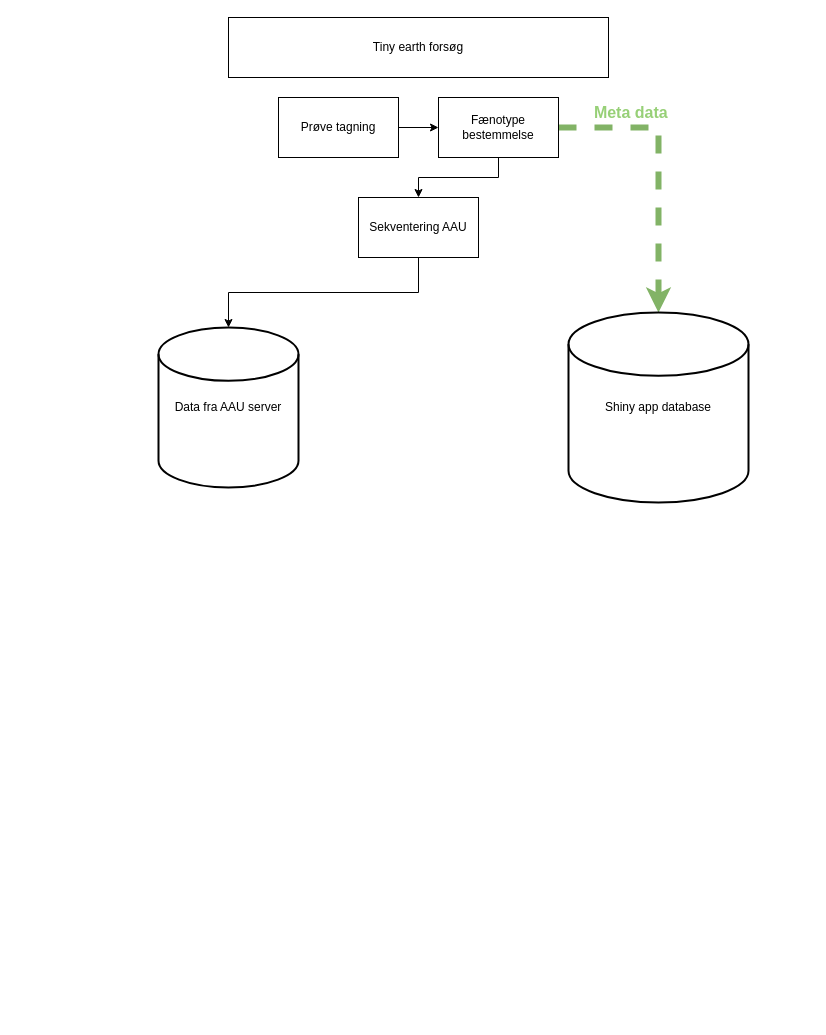
Earlier version of the draw.io diagram Data_flow.drawio (MadsHeiselberg/Tiny_earth_dashbord). Source tidied: cells renumbered, new cells numbered last; positions are measured from the earlier drawing's top-left corner, leaving out a move shared by most shapes. Both pictures are drawn from the tidied source at 100%, with x=0, y=0 at pixel (158, 17).
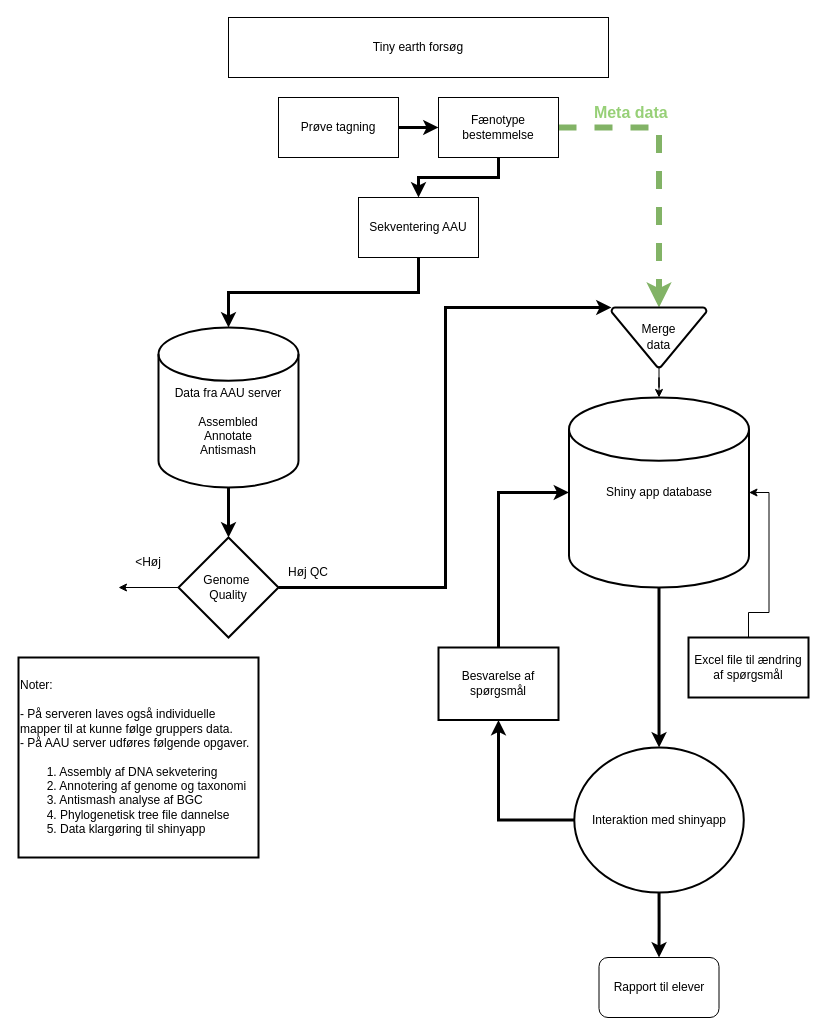
Above is the later version.

The edit, as a diff of the source:
```diff
@@
+    <mxCell id="13" style="edgeStyle=orthogonalEdgeStyle;rounded=0;jettySize=auto;html=1;exitX=0.5;exitY=1;exitDx=0;exitDy=0;exitPerimeter=0;labelBackgroundColor=none;fontColor=default;strokeWidth=3;" parent="1" edge="1" source="2" target="17">
+      <mxGeometry relative="1" as="geometry" />
+    </mxCell>
-    <mxCell id="2" value="Data fra AAU server" style="strokeWidth=2;html=1;shape=mxgraph.flowchart.database;whiteSpace=wrap;" parent="1" vertex="1">
+    <mxCell id="2" value="&lt;div&gt;&lt;br&gt;&lt;/div&gt;&lt;div&gt;&lt;br&gt;&lt;/div&gt;Data fra AAU server&lt;div&gt;&lt;br&gt;&lt;/div&gt;&lt;div&gt;Assembled&lt;/div&gt;&lt;div&gt;Annotate&lt;/div&gt;&lt;div&gt;Antismash&lt;/div&gt;" style="strokeWidth=2;html=1;shape=mxgraph.flowchart.database;whiteSpace=wrap;labelBackgroundColor=none;" parent="1" vertex="1">
       <mxGeometry y="310" width="140" height="160" as="geometry" />
     </mxCell>
-    <mxCell id="3" value="Tiny earth forsøg" style="rounded=0;whiteSpace=wrap;html=1;" parent="1" vertex="1">
+    <mxCell id="3" value="Tiny earth forsøg" style="rounded=0;whiteSpace=wrap;html=1;labelBackgroundColor=none;" parent="1" vertex="1">
       <mxGeometry x="70" width="380" height="60" as="geometry" />
     </mxCell>
-    <mxCell id="4" style="edgeStyle=orthogonalEdgeStyle;rounded=0;jettySize=auto;html=1;" parent="1" edge="1" source="5" target="8">
+    <mxCell id="4" style="edgeStyle=orthogonalEdgeStyle;rounded=0;jettySize=auto;html=1;labelBackgroundColor=none;fontColor=default;strokeWidth=3;" parent="1" edge="1" source="5" target="8">
       <mxGeometry relative="1" as="geometry" />
     </mxCell>
-    <mxCell id="5" value="Prøve tagning" style="rounded=0;whiteSpace=wrap;html=1;" parent="1" vertex="1">
+    <mxCell id="5" value="Prøve tagning" style="rounded=0;whiteSpace=wrap;html=1;labelBackgroundColor=none;" parent="1" vertex="1">
       <mxGeometry x="120" y="80" width="120" height="60" as="geometry" />
     </mxCell>
-    <mxCell id="6" style="edgeStyle=orthogonalEdgeStyle;rounded=0;jettySize=auto;html=1;" parent="1" edge="1" source="8" target="10">
+    <mxCell id="6" style="edgeStyle=orthogonalEdgeStyle;rounded=0;jettySize=auto;html=1;labelBackgroundColor=none;fontColor=default;strokeWidth=3;" parent="1" edge="1" source="8" target="10">
       <mxGeometry relative="1" as="geometry" />
     </mxCell>
-    <mxCell id="7" style="edgeStyle=orthogonalEdgeStyle;rounded=0;jettySize=auto;html=1;exitX=1;exitY=0.5;exitDx=0;exitDy=0;dashed=1;fillColor=#d5e8d4;strokeColor=#82b366;strokeWidth=6;" parent="1" edge="1" source="8" target="11">
+    <mxCell id="7" style="edgeStyle=orthogonalEdgeStyle;rounded=0;jettySize=auto;html=1;exitX=1;exitY=0.5;exitDx=0;exitDy=0;dashed=1;strokeWidth=6;entryX=0.5;entryY=0;entryDx=0;entryDy=0;entryPerimeter=0;labelBackgroundColor=none;fontColor=default;fillColor=#d5e8d4;strokeColor=#82b366;" parent="1" edge="1" source="8" target="22">
       <mxGeometry relative="1" as="geometry" />
     </mxCell>
-    <mxCell id="8" value="Fænotype bestemmelse" style="whiteSpace=wrap;html=1;rounded=0;" parent="1" vertex="1">
+    <mxCell id="8" value="Fænotype bestemmelse" style="whiteSpace=wrap;html=1;rounded=0;labelBackgroundColor=none;" parent="1" vertex="1">
       <mxGeometry x="280" y="80" width="120" height="60" as="geometry" />
     </mxCell>
-    <mxCell id="9" style="edgeStyle=orthogonalEdgeStyle;rounded=0;jettySize=auto;html=1;exitX=0.5;exitY=1;exitDx=0;exitDy=0;" parent="1" edge="1" source="10" target="2">
+    <mxCell id="9" style="edgeStyle=orthogonalEdgeStyle;rounded=0;jettySize=auto;html=1;exitX=0.5;exitY=1;exitDx=0;exitDy=0;labelBackgroundColor=none;fontColor=default;strokeWidth=3;" parent="1" edge="1" source="10" target="2">
       <mxGeometry relative="1" as="geometry" />
     </mxCell>
-    <mxCell id="10" value="Sekventering AAU" style="whiteSpace=wrap;html=1;rounded=0;" parent="1" vertex="1">
+    <mxCell id="10" value="Sekventering AAU" style="whiteSpace=wrap;html=1;rounded=0;labelBackgroundColor=none;" parent="1" vertex="1">
       <mxGeometry x="200" y="180" width="120" height="60" as="geometry" />
     </mxCell>
+    <mxCell id="14" style="edgeStyle=orthogonalEdgeStyle;rounded=0;jettySize=auto;html=1;labelBackgroundColor=none;fontColor=default;strokeWidth=3;" parent="1" edge="1" source="11" target="25">
+      <mxGeometry relative="1" as="geometry" />
+    </mxCell>
-    <mxCell id="11" value="Shiny app database" style="strokeWidth=2;html=1;shape=mxgraph.flowchart.database;whiteSpace=wrap;" parent="1" vertex="1">
-      <mxGeometry x="410" y="295" width="180" height="190" as="geometry" />
+    <mxCell id="11" value="Shiny app database" style="strokeWidth=2;html=1;shape=mxgraph.flowchart.database;whiteSpace=wrap;labelBackgroundColor=none;" parent="1" vertex="1">
+      <mxGeometry x="410.5" y="380" width="180" height="190" as="geometry" />
     </mxCell>
-    <mxCell id="12" value="&lt;b&gt;&lt;font color=&quot;#97d077&quot; style=&quot;font-size: 16px;&quot;&gt;Meta data&amp;nbsp;&lt;/font&gt;&lt;/b&gt;" style="text;html=1;align=center;verticalAlign=middle;whiteSpace=wrap;rounded=0;strokeWidth=4;" parent="1" vertex="1">
+    <mxCell id="12" value="&lt;b&gt;&lt;font color=&quot;#97d077&quot; style=&quot;font-size: 16px;&quot;&gt;Meta data&amp;nbsp;&lt;/font&gt;&lt;/b&gt;" style="text;html=1;align=center;verticalAlign=middle;whiteSpace=wrap;rounded=0;strokeWidth=4;labelBackgroundColor=none;" parent="1" vertex="1">
       <mxGeometry x="390" y="80" width="170" height="30" as="geometry" />
     </mxCell>
+    <mxCell id="15" style="edgeStyle=orthogonalEdgeStyle;rounded=0;jettySize=auto;html=1;exitX=0;exitY=0.5;exitDx=0;exitDy=0;exitPerimeter=0;labelBackgroundColor=none;fontColor=default;" parent="1" edge="1" source="17">
+      <mxGeometry relative="1" as="geometry">
+        <mxPoint x="-40" y="570" as="targetPoint" />
+      </mxGeometry>
+    </mxCell>
+    <mxCell id="16" style="edgeStyle=orthogonalEdgeStyle;rounded=0;jettySize=auto;html=1;entryX=0;entryY=0;entryDx=0;entryDy=0;entryPerimeter=0;labelBackgroundColor=none;fontColor=default;strokeWidth=3;" parent="1" edge="1" source="17" target="22">
+      <mxGeometry relative="1" as="geometry">
+        <Array as="points">
+          <mxPoint x="287" y="570" />
+          <mxPoint x="287" y="290" />
+        </Array>
+      </mxGeometry>
+    </mxCell>
+    <mxCell id="17" value="Genome&amp;nbsp;&lt;div&gt;Quality&lt;/div&gt;" style="strokeWidth=2;html=1;shape=mxgraph.flowchart.decision;whiteSpace=wrap;labelBackgroundColor=none;" parent="1" vertex="1">
+      <mxGeometry x="20" y="520" width="100" height="100" as="geometry" />
+    </mxCell>
+    <mxCell id="18" value="&amp;lt;Høj" style="text;html=1;align=center;verticalAlign=middle;whiteSpace=wrap;rounded=0;labelBackgroundColor=none;" parent="1" vertex="1">
+      <mxGeometry x="-40" y="530" width="60" height="30" as="geometry" />
+    </mxCell>
+    <mxCell id="19" value="Høj QC" style="text;html=1;align=center;verticalAlign=middle;whiteSpace=wrap;rounded=0;labelBackgroundColor=none;" parent="1" vertex="1">
+      <mxGeometry x="120" y="540" width="60" height="30" as="geometry" />
+    </mxCell>
+    <mxCell id="20" value="Noter:&lt;div&gt;&lt;br&gt;&lt;/div&gt;&lt;div&gt;- På serveren laves også individuelle mapper til at kunne følge gruppers data.&lt;/div&gt;&lt;div&gt;- På AAU server udføres følgende opgaver.&amp;nbsp;&lt;/div&gt;&lt;div&gt;&lt;span style=&quot;white-space: pre;&quot;&gt;&#9;&lt;/span&gt;&lt;/div&gt;&lt;div&gt;&lt;span style=&quot;white-space: pre;&quot;&gt;&#9;&lt;/span&gt;1. Assembly af DNA sekvetering&lt;/div&gt;&lt;div&gt;&lt;span style=&quot;white-space: pre;&quot;&gt;&#9;&lt;/span&gt;2. Annotering af genome og taxonomi&lt;br&gt;&lt;/div&gt;&lt;div&gt;&lt;span style=&quot;white-space: pre;&quot;&gt;&#9;&lt;/span&gt;3. Antismash analyse af BGC&lt;br&gt;&lt;/div&gt;&lt;div&gt;&lt;span style=&quot;white-space: pre;&quot;&gt;&#9;&lt;/span&gt;4. Phylogenetisk tree file dannelse&lt;br&gt;&lt;/div&gt;&lt;div&gt;&lt;span style=&quot;white-space: pre;&quot;&gt;&#9;&lt;/span&gt;5. Data klargøring til shinyapp&lt;br&gt;&lt;/div&gt;" style="whiteSpace=wrap;html=1;strokeWidth=2;align=left;labelBackgroundColor=none;" parent="1" vertex="1">
+      <mxGeometry x="-140" y="640" width="240" height="200" as="geometry" />
+    </mxCell>
+    <mxCell id="21" style="edgeStyle=orthogonalEdgeStyle;rounded=0;jettySize=auto;html=1;exitX=0.5;exitY=1;exitDx=0;exitDy=0;exitPerimeter=0;labelBackgroundColor=none;fontColor=default;" parent="1" edge="1" source="22" target="11">
+      <mxGeometry relative="1" as="geometry" />
+    </mxCell>
+    <mxCell id="22" value="&lt;p style=&quot;line-height: 30%;&quot;&gt;Merge&lt;/p&gt;&lt;div style=&quot;line-height: 30%;&quot;&gt;data&lt;/div&gt;&lt;p style=&quot;line-height: 30%;&quot;&gt;&lt;/p&gt;" style="strokeWidth=2;html=1;shape=mxgraph.flowchart.merge_or_storage;whiteSpace=wrap;labelBackgroundColor=none;" parent="1" vertex="1">
+      <mxGeometry x="453" y="290" width="95" height="60" as="geometry" />
+    </mxCell>
+    <mxCell id="23" style="edgeStyle=orthogonalEdgeStyle;rounded=0;jettySize=auto;html=1;labelBackgroundColor=none;fontColor=default;strokeWidth=3;" parent="1" edge="1" source="25" target="26">
+      <mxGeometry relative="1" as="geometry" />
+    </mxCell>
+    <mxCell id="24" style="edgeStyle=orthogonalEdgeStyle;rounded=0;jettySize=auto;html=1;strokeWidth=3;" parent="1" edge="1" source="25" target="28">
+      <mxGeometry relative="1" as="geometry" />
+    </mxCell>
+    <mxCell id="25" value="Interaktion med shinyapp" style="ellipse;whiteSpace=wrap;html=1;strokeWidth=2;labelBackgroundColor=none;" parent="1" vertex="1">
+      <mxGeometry x="415.8" y="730" width="169.5" height="145" as="geometry" />
+    </mxCell>
+    <mxCell id="26" value="Besvarelse af spørgsmål" style="whiteSpace=wrap;html=1;strokeWidth=2;labelBackgroundColor=none;" parent="1" vertex="1">
+      <mxGeometry x="280" y="630" width="120" height="72.5" as="geometry" />
+    </mxCell>
+    <mxCell id="27" style="edgeStyle=orthogonalEdgeStyle;rounded=0;jettySize=auto;html=1;entryX=0;entryY=0.5;entryDx=0;entryDy=0;entryPerimeter=0;strokeWidth=3;" parent="1" edge="1" source="26" target="11">
+      <mxGeometry relative="1" as="geometry">
+        <Array as="points">
+          <mxPoint x="340" y="475" />
+        </Array>
+      </mxGeometry>
+    </mxCell>
+    <mxCell id="28" value="Rapport til elever" style="rounded=1;whiteSpace=wrap;html=1;" parent="1" vertex="1">
+      <mxGeometry x="440.5" y="940" width="120" height="60" as="geometry" />
+    </mxCell>
+    <mxCell id="29" style="edgeStyle=orthogonalEdgeStyle;rounded=0;jettySize=auto;html=1;entryX=1;entryY=0.5;entryDx=0;entryDy=0;entryPerimeter=0;" parent="1" edge="1" source="30" target="11">
+      <mxGeometry relative="1" as="geometry" />
+    </mxCell>
+    <mxCell id="30" value="Excel file til ændring af spørgsmål" style="whiteSpace=wrap;html=1;strokeWidth=2;" parent="1" vertex="1">
+      <mxGeometry x="530" y="620" width="120" height="60" as="geometry" />
+    </mxCell>
```
